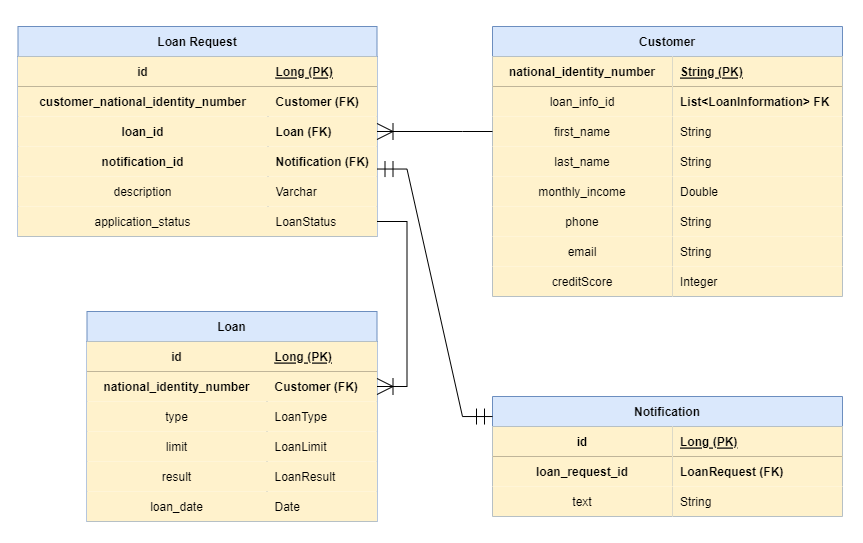
The draw.io diagram doc/loan-application-erd.png in gulbalasalamov/bank-loan-application, before a commit. Source tidied: cells renumbered, new cells last; positions are measured from the earlier drawing's top-left corner, leaving out a move shared by most shapes.
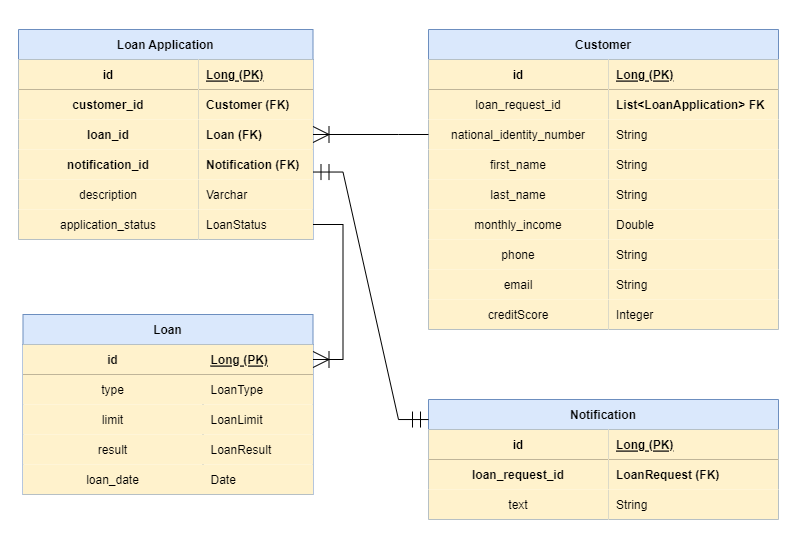
The same diagram one commit later.

What changed in the source:
```diff
@@ -3,7 +3,7 @@
     <mxCell id="0" />
     <mxCell id="1" parent="0" />
     <mxCell id="2" value="Loan" style="shape=table;startSize=30;rowLines=0;fontStyle=1;align=center;fillColor=#dae8fc;strokeColor=#6c8ebf;" parent="1" vertex="1">
-      <mxGeometry x="68.5" y="285" width="290" height="210" as="geometry" />
+      <mxGeometry x="68.5" y="285" width="290" height="180" as="geometry" />
     </mxCell>
     <mxCell id="3" style="shape=tableRow;horizontal=0;startSize=0;swimlaneHead=0;swimlaneBody=0;fillColor=none;points=[[0,0.5],[1,0.5]];portConstraint=eastwest;top=0;left=0;right=0;bottom=1;" parent="2" vertex="1">
       <mxGeometry y="30" width="290" height="30" as="geometry" />
@@ -14,17 +14,8 @@
     <mxCell id="5" value="Long (PK)" style="shape=partialRectangle;fillColor=#fff2cc;top=0;left=0;bottom=0;right=0;align=left;spacingLeft=6;fontStyle=5;overflow=hidden;strokeColor=#d6b656;" parent="3" vertex="1">
       <mxGeometry x="180" width="110" height="30" as="geometry" />
     </mxCell>
-    <mxCell id="6" style="shape=tableRow;horizontal=0;startSize=0;swimlaneHead=0;swimlaneBody=0;fillColor=none;points=[[0,0.5],[1,0.5]];portConstraint=eastwest;top=0;left=0;right=0;bottom=0;" parent="2" vertex="1">
-      <mxGeometry y="60" width="290" height="30" as="geometry" />
-    </mxCell>
-    <mxCell id="7" value="national_identity_number" style="shape=partialRectangle;fillColor=#fff2cc;top=0;left=0;bottom=0;right=0;overflow=hidden;strokeColor=#d6b656;fontStyle=1;" parent="6" vertex="1">
-      <mxGeometry width="180" height="30" as="geometry" />
-    </mxCell>
-    <mxCell id="8" value="Customer (FK)" style="shape=partialRectangle;fillColor=#fff2cc;top=0;left=0;bottom=0;right=0;align=left;spacingLeft=6;overflow=hidden;strokeColor=#d6b656;fontStyle=1;" parent="6" vertex="1">
-      <mxGeometry x="180" width="110" height="30" as="geometry" />
-    </mxCell>
     <mxCell id="9" style="shape=tableRow;horizontal=0;startSize=0;swimlaneHead=0;swimlaneBody=0;fillColor=none;top=0;left=0;right=0;bottom=0;" parent="2" vertex="1">
-      <mxGeometry y="90" width="290" height="30" as="geometry" />
+      <mxGeometry y="60" width="290" height="30" as="geometry" />
     </mxCell>
     <mxCell id="10" value="type" style="shape=partialRectangle;fillColor=#fff2cc;top=0;left=0;bottom=0;right=0;overflow=hidden;strokeColor=#d6b656;fontStyle=0;" parent="9" vertex="1">
       <mxGeometry width="180" height="30" as="geometry" />
@@ -33,7 +24,7 @@
       <mxGeometry x="180" width="110" height="30" as="geometry" />
     </mxCell>
     <mxCell id="12" style="shape=tableRow;horizontal=0;startSize=0;swimlaneHead=0;swimlaneBody=0;fillColor=none;top=0;left=0;right=0;bottom=0;" parent="2" vertex="1">
-      <mxGeometry y="120" width="290" height="30" as="geometry" />
+      <mxGeometry y="90" width="290" height="30" as="geometry" />
     </mxCell>
     <mxCell id="13" value="limit" style="shape=partialRectangle;fillColor=#fff2cc;top=0;left=0;bottom=0;right=0;overflow=hidden;strokeColor=#d6b656;fontStyle=0;" parent="12" vertex="1">
       <mxGeometry width="180" height="30" as="geometry" />
@@ -42,7 +33,7 @@
       <mxGeometry x="180" width="110" height="30" as="geometry" />
     </mxCell>
     <mxCell id="15" style="shape=tableRow;horizontal=0;startSize=0;swimlaneHead=0;swimlaneBody=0;fillColor=none;top=0;left=0;right=0;bottom=0;" parent="2" vertex="1">
-      <mxGeometry y="150" width="290" height="30" as="geometry" />
+      <mxGeometry y="120" width="290" height="30" as="geometry" />
     </mxCell>
     <mxCell id="16" value="result" style="shape=partialRectangle;fillColor=#fff2cc;top=0;left=0;bottom=0;right=0;overflow=hidden;strokeColor=#d6b656;" parent="15" vertex="1">
       <mxGeometry width="180" height="30" as="geometry" />
@@ -51,7 +42,7 @@
       <mxGeometry x="180" width="110" height="30" as="geometry" />
     </mxCell>
     <mxCell id="18" style="shape=tableRow;horizontal=0;startSize=0;swimlaneHead=0;swimlaneBody=0;fillColor=none;top=0;left=0;right=0;bottom=0;" parent="2" vertex="1">
-      <mxGeometry y="180" width="290" height="30" as="geometry" />
+      <mxGeometry y="150" width="290" height="30" as="geometry" />
     </mxCell>
     <mxCell id="19" value="loan_date" style="shape=partialRectangle;fillColor=#fff2cc;top=0;left=0;bottom=0;right=0;overflow=hidden;strokeColor=#d6b656;fontStyle=0;" parent="18" vertex="1">
       <mxGeometry width="180" height="30" as="geometry" />
@@ -65,95 +56,104 @@
         <mxPoint x="1204" y="620" as="targetPoint" />
       </mxGeometry>
     </mxCell>
-    <mxCell id="22" value="Loan Request" style="shape=table;startSize=30;rowLines=0;fontStyle=1;align=center;fillColor=#dae8fc;strokeColor=#6c8ebf;" parent="1" vertex="1">
-      <mxGeometry x="-0.5" width="359" height="210" as="geometry" />
+    <mxCell id="22" value="Loan Application" style="shape=table;startSize=30;rowLines=0;fontStyle=1;align=center;fillColor=#dae8fc;strokeColor=#6c8ebf;" parent="1" vertex="1">
+      <mxGeometry x="64" width="294.5" height="210" as="geometry" />
     </mxCell>
     <mxCell id="23" style="shape=tableRow;horizontal=0;startSize=0;swimlaneHead=0;swimlaneBody=0;fillColor=none;top=0;left=0;right=0;bottom=1;" parent="22" vertex="1">
-      <mxGeometry y="30" width="359" height="30" as="geometry" />
+      <mxGeometry y="30" width="294.5" height="30" as="geometry" />
     </mxCell>
     <mxCell id="24" value="id" style="shape=partialRectangle;fillColor=#fff2cc;top=0;left=0;bottom=0;right=0;fontStyle=1;overflow=hidden;strokeColor=#d6b656;" parent="23" vertex="1">
-      <mxGeometry width="250" height="30" as="geometry" />
+      <mxGeometry width="180" height="30" as="geometry" />
     </mxCell>
     <mxCell id="25" value="Long (PK)" style="shape=partialRectangle;fillColor=#fff2cc;top=0;left=0;bottom=0;right=0;align=left;spacingLeft=6;fontStyle=5;overflow=hidden;strokeColor=#d6b656;" parent="23" vertex="1">
-      <mxGeometry x="250" width="109" height="30" as="geometry" />
+      <mxGeometry x="180" width="114.5" height="30" as="geometry" />
     </mxCell>
     <mxCell id="26" style="shape=tableRow;horizontal=0;startSize=0;swimlaneHead=0;swimlaneBody=0;fillColor=none;top=0;left=0;right=0;bottom=0;" parent="22" vertex="1">
-      <mxGeometry y="60" width="359" height="30" as="geometry" />
+      <mxGeometry y="60" width="294.5" height="30" as="geometry" />
     </mxCell>
-    <mxCell id="27" value="customer_national_identity_number" style="shape=partialRectangle;fillColor=#fff2cc;top=0;left=0;bottom=0;right=0;overflow=hidden;strokeColor=#d6b656;fontStyle=1;" parent="26" vertex="1">
-      <mxGeometry width="250" height="30" as="geometry" />
+    <mxCell id="27" value="customer_id" style="shape=partialRectangle;fillColor=#fff2cc;top=0;left=0;bottom=0;right=0;overflow=hidden;strokeColor=#d6b656;fontStyle=1;" parent="26" vertex="1">
+      <mxGeometry width="180" height="30" as="geometry" />
     </mxCell>
     <mxCell id="28" value="Customer (FK)" style="shape=partialRectangle;fillColor=#fff2cc;top=0;left=0;bottom=0;right=0;align=left;spacingLeft=6;overflow=hidden;strokeColor=#d6b656;fontStyle=1;" parent="26" vertex="1">
-      <mxGeometry x="250" width="109" height="30" as="geometry" />
+      <mxGeometry x="180" width="114.5" height="30" as="geometry" />
     </mxCell>
     <mxCell id="29" style="shape=tableRow;horizontal=0;startSize=0;swimlaneHead=0;swimlaneBody=0;fillColor=none;top=0;left=0;right=0;bottom=0;" parent="22" vertex="1">
-      <mxGeometry y="90" width="359" height="30" as="geometry" />
+      <mxGeometry y="90" width="294.5" height="30" as="geometry" />
     </mxCell>
     <mxCell id="30" value="loan_id" style="shape=partialRectangle;fillColor=#fff2cc;top=0;left=0;bottom=0;right=0;overflow=hidden;strokeColor=#d6b656;fontStyle=1;" parent="29" vertex="1">
-      <mxGeometry width="250" height="30" as="geometry" />
+      <mxGeometry width="180" height="30" as="geometry" />
     </mxCell>
     <mxCell id="31" value="Loan (FK)" style="shape=partialRectangle;fillColor=#fff2cc;top=0;left=0;bottom=0;right=0;align=left;spacingLeft=6;overflow=hidden;strokeColor=#d6b656;fontStyle=1;" parent="29" vertex="1">
-      <mxGeometry x="250" width="109" height="30" as="geometry" />
+      <mxGeometry x="180" width="114.5" height="30" as="geometry" />
     </mxCell>
     <mxCell id="32" style="shape=tableRow;horizontal=0;startSize=0;swimlaneHead=0;swimlaneBody=0;fillColor=none;points=[[0,0.5],[1,0.5]];portConstraint=eastwest;top=0;left=0;right=0;bottom=0;" parent="22" vertex="1">
-      <mxGeometry y="120" width="359" height="30" as="geometry" />
+      <mxGeometry y="120" width="294.5" height="30" as="geometry" />
     </mxCell>
     <mxCell id="33" value="notification_id" style="shape=partialRectangle;fillColor=#fff2cc;top=0;left=0;bottom=0;right=0;overflow=hidden;strokeColor=#d6b656;fontStyle=1;" parent="32" vertex="1">
-      <mxGeometry width="250" height="30" as="geometry" />
+      <mxGeometry width="180" height="30" as="geometry" />
     </mxCell>
     <mxCell id="34" value="Notification (FK)" style="shape=partialRectangle;fillColor=#fff2cc;top=0;left=0;bottom=0;right=0;align=left;spacingLeft=6;overflow=hidden;strokeColor=#d6b656;fontStyle=1;" parent="32" vertex="1">
-      <mxGeometry x="250" width="109" height="30" as="geometry" />
+      <mxGeometry x="180" width="114.5" height="30" as="geometry" />
     </mxCell>
     <mxCell id="35" style="shape=tableRow;horizontal=0;startSize=0;swimlaneHead=0;swimlaneBody=0;fillColor=none;top=0;left=0;right=0;bottom=0;" parent="22" vertex="1">
-      <mxGeometry y="150" width="359" height="30" as="geometry" />
+      <mxGeometry y="150" width="294.5" height="30" as="geometry" />
     </mxCell>
     <mxCell id="36" value="description" style="shape=partialRectangle;fillColor=#fff2cc;top=0;left=0;bottom=0;right=0;overflow=hidden;strokeColor=#d6b656;" parent="35" vertex="1">
-      <mxGeometry width="250" height="30" as="geometry" />
+      <mxGeometry width="180" height="30" as="geometry" />
     </mxCell>
     <mxCell id="37" value="Varchar" style="shape=partialRectangle;fillColor=#fff2cc;top=0;left=0;bottom=0;right=0;align=left;spacingLeft=6;overflow=hidden;strokeColor=#d6b656;" parent="35" vertex="1">
-      <mxGeometry x="250" width="109" height="30" as="geometry" />
+      <mxGeometry x="180" width="114.5" height="30" as="geometry" />
     </mxCell>
     <mxCell id="38" style="shape=tableRow;horizontal=0;startSize=0;swimlaneHead=0;swimlaneBody=0;fillColor=none;points=[[0,0.5],[1,0.5]];portConstraint=eastwest;top=0;left=0;right=0;bottom=0;" parent="22" vertex="1">
-      <mxGeometry y="180" width="359" height="30" as="geometry" />
+      <mxGeometry y="180" width="294.5" height="30" as="geometry" />
     </mxCell>
     <mxCell id="39" value="application_status" style="shape=partialRectangle;fillColor=#fff2cc;top=0;left=0;bottom=0;right=0;overflow=hidden;strokeColor=#d6b656;" parent="38" vertex="1">
-      <mxGeometry width="250" height="30" as="geometry" />
+      <mxGeometry width="180" height="30" as="geometry" />
     </mxCell>
     <mxCell id="40" value="LoanStatus" style="shape=partialRectangle;fillColor=#fff2cc;top=0;left=0;bottom=0;right=0;align=left;spacingLeft=6;overflow=hidden;strokeColor=#d6b656;" parent="38" vertex="1">
-      <mxGeometry x="250" width="109" height="30" as="geometry" />
+      <mxGeometry x="180" width="114.5" height="30" as="geometry" />
     </mxCell>
     <mxCell id="41" value="Customer" style="shape=table;startSize=30;rowLines=0;fontStyle=1;align=center;fillColor=#dae8fc;strokeColor=#6c8ebf;" parent="1" vertex="1">
-      <mxGeometry x="474" width="350" height="270" as="geometry" />
+      <mxGeometry x="474" width="350" height="300" as="geometry" />
     </mxCell>
     <mxCell id="42" style="shape=tableRow;horizontal=0;startSize=0;swimlaneHead=0;swimlaneBody=0;fillColor=none;top=0;left=0;right=0;bottom=1;" parent="41" vertex="1">
       <mxGeometry y="30" width="350" height="30" as="geometry" />
     </mxCell>
-    <mxCell id="43" value="national_identity_number" style="shape=partialRectangle;fillColor=#fff2cc;top=0;left=0;bottom=0;right=0;fontStyle=1;overflow=hidden;strokeColor=#d6b656;" parent="42" vertex="1">
+    <mxCell id="43" value="id" style="shape=partialRectangle;fillColor=#fff2cc;top=0;left=0;bottom=0;right=0;fontStyle=1;overflow=hidden;strokeColor=#d6b656;" parent="42" vertex="1">
       <mxGeometry width="180" height="30" as="geometry" />
     </mxCell>
-    <mxCell id="44" value="String (PK)" style="shape=partialRectangle;fillColor=#fff2cc;top=0;left=0;bottom=0;right=0;align=left;spacingLeft=6;fontStyle=5;overflow=hidden;strokeColor=#d6b656;" parent="42" vertex="1">
+    <mxCell id="44" value="Long (PK)" style="shape=partialRectangle;fillColor=#fff2cc;top=0;left=0;bottom=0;right=0;align=left;spacingLeft=6;fontStyle=5;overflow=hidden;strokeColor=#d6b656;" parent="42" vertex="1">
       <mxGeometry x="180" width="170" height="30" as="geometry" />
     </mxCell>
     <mxCell id="45" style="shape=tableRow;horizontal=0;startSize=0;swimlaneHead=0;swimlaneBody=0;fillColor=none;top=0;left=0;right=0;bottom=0;" parent="41" vertex="1">
       <mxGeometry y="60" width="350" height="30" as="geometry" />
     </mxCell>
-    <mxCell id="46" value="loan_info_id" style="shape=partialRectangle;fillColor=#fff2cc;top=0;left=0;bottom=0;right=0;overflow=hidden;strokeColor=#d6b656;fontStyle=0;" parent="45" vertex="1">
+    <mxCell id="46" value="loan_request_id" style="shape=partialRectangle;fillColor=#fff2cc;top=0;left=0;bottom=0;right=0;overflow=hidden;strokeColor=#d6b656;fontStyle=0;" parent="45" vertex="1">
       <mxGeometry width="180" height="30" as="geometry" />
     </mxCell>
-    <mxCell id="47" value="List&lt;LoanInformation&gt; FK" style="shape=partialRectangle;fillColor=#fff2cc;top=0;left=0;bottom=0;right=0;align=left;spacingLeft=6;overflow=hidden;strokeColor=#d6b656;fontStyle=1;" parent="45" vertex="1">
+    <mxCell id="47" value="List&lt;LoanApplication&gt; FK" style="shape=partialRectangle;fillColor=#fff2cc;top=0;left=0;bottom=0;right=0;align=left;spacingLeft=6;overflow=hidden;strokeColor=#d6b656;fontStyle=1;" parent="45" vertex="1">
       <mxGeometry x="180" width="170" height="30" as="geometry" />
     </mxCell>
     <mxCell id="48" style="shape=tableRow;horizontal=0;startSize=0;swimlaneHead=0;swimlaneBody=0;fillColor=none;points=[[0,0.5],[1,0.5]];portConstraint=eastwest;top=0;left=0;right=0;bottom=0;" parent="41" vertex="1">
       <mxGeometry y="90" width="350" height="30" as="geometry" />
     </mxCell>
-    <mxCell id="49" value="first_name" style="shape=partialRectangle;fillColor=#fff2cc;top=0;left=0;bottom=0;right=0;overflow=hidden;strokeColor=#d6b656;fontStyle=0;" parent="48" vertex="1">
+    <mxCell id="49" value="national_identity_number" style="shape=partialRectangle;fillColor=#fff2cc;top=0;left=0;bottom=0;right=0;overflow=hidden;strokeColor=#d6b656;fontStyle=0;" parent="48" vertex="1">
       <mxGeometry width="180" height="30" as="geometry" />
     </mxCell>
     <mxCell id="50" value="String" style="shape=partialRectangle;fillColor=#fff2cc;top=0;left=0;bottom=0;right=0;align=left;spacingLeft=6;overflow=hidden;strokeColor=#d6b656;fontStyle=0;" parent="48" vertex="1">
       <mxGeometry x="180" width="170" height="30" as="geometry" />
     </mxCell>
+    <mxCell id="79" style="shape=tableRow;horizontal=0;startSize=0;swimlaneHead=0;swimlaneBody=0;fillColor=none;top=0;left=0;right=0;bottom=0;" parent="41" vertex="1">
+      <mxGeometry y="120" width="350" height="30" as="geometry" />
+    </mxCell>
+    <mxCell id="80" value="first_name" style="shape=partialRectangle;fillColor=#fff2cc;top=0;left=0;bottom=0;right=0;overflow=hidden;strokeColor=#d6b656;fontStyle=0;" parent="79" vertex="1">
+      <mxGeometry width="180" height="30" as="geometry" />
+    </mxCell>
+    <mxCell id="81" value="String" style="shape=partialRectangle;fillColor=#fff2cc;top=0;left=0;bottom=0;right=0;align=left;spacingLeft=6;overflow=hidden;strokeColor=#d6b656;fontStyle=0;" parent="79" vertex="1">
+      <mxGeometry x="180" width="170" height="30" as="geometry" />
+    </mxCell>
     <mxCell id="51" style="shape=tableRow;horizontal=0;startSize=0;swimlaneHead=0;swimlaneBody=0;fillColor=none;top=0;left=0;right=0;bottom=0;" parent="41" vertex="1">
-      <mxGeometry y="120" width="350" height="30" as="geometry" />
+      <mxGeometry y="150" width="350" height="30" as="geometry" />
     </mxCell>
     <mxCell id="52" value="last_name" style="shape=partialRectangle;fillColor=#fff2cc;top=0;left=0;bottom=0;right=0;overflow=hidden;strokeColor=#d6b656;" parent="51" vertex="1">
       <mxGeometry width="180" height="30" as="geometry" />
@@ -162,7 +162,7 @@
       <mxGeometry x="180" width="170" height="30" as="geometry" />
     </mxCell>
     <mxCell id="54" style="shape=tableRow;horizontal=0;startSize=0;swimlaneHead=0;swimlaneBody=0;fillColor=none;top=0;left=0;right=0;bottom=0;" parent="41" vertex="1">
-      <mxGeometry y="150" width="350" height="30" as="geometry" />
+      <mxGeometry y="180" width="350" height="30" as="geometry" />
     </mxCell>
     <mxCell id="55" value="monthly_income" style="shape=partialRectangle;fillColor=#fff2cc;top=0;left=0;bottom=0;right=0;overflow=hidden;strokeColor=#d6b656;" parent="54" vertex="1">
       <mxGeometry width="180" height="30" as="geometry" />
@@ -171,7 +171,7 @@
       <mxGeometry x="180" width="170" height="30" as="geometry" />
     </mxCell>
     <mxCell id="57" style="shape=tableRow;horizontal=0;startSize=0;swimlaneHead=0;swimlaneBody=0;fillColor=none;top=0;left=0;right=0;bottom=0;" parent="41" vertex="1">
-      <mxGeometry y="180" width="350" height="30" as="geometry" />
+      <mxGeometry y="210" width="350" height="30" as="geometry" />
     </mxCell>
     <mxCell id="58" value="phone" style="shape=partialRectangle;fillColor=#fff2cc;top=0;left=0;bottom=0;right=0;overflow=hidden;strokeColor=#d6b656;" parent="57" vertex="1">
       <mxGeometry width="180" height="30" as="geometry" />
@@ -180,7 +180,7 @@
       <mxGeometry x="180" width="170" height="30" as="geometry" />
     </mxCell>
     <mxCell id="60" style="shape=tableRow;horizontal=0;startSize=0;swimlaneHead=0;swimlaneBody=0;fillColor=none;top=0;left=0;right=0;bottom=0;" parent="41" vertex="1">
-      <mxGeometry y="210" width="350" height="30" as="geometry" />
+      <mxGeometry y="240" width="350" height="30" as="geometry" />
     </mxCell>
     <mxCell id="61" value="email" style="shape=partialRectangle;fillColor=#fff2cc;top=0;left=0;bottom=0;right=0;overflow=hidden;strokeColor=#d6b656;" parent="60" vertex="1">
       <mxGeometry width="180" height="30" as="geometry" />
@@ -189,7 +189,7 @@
       <mxGeometry x="180" width="170" height="30" as="geometry" />
     </mxCell>
     <mxCell id="63" style="shape=tableRow;horizontal=0;startSize=0;swimlaneHead=0;swimlaneBody=0;fillColor=none;top=0;left=0;right=0;bottom=0;" parent="41" vertex="1">
-      <mxGeometry y="240" width="350" height="30" as="geometry" />
+      <mxGeometry y="270" width="350" height="30" as="geometry" />
     </mxCell>
     <mxCell id="64" value="creditScore" style="shape=partialRectangle;fillColor=#fff2cc;top=0;left=0;bottom=0;right=0;overflow=hidden;strokeColor=#d6b656;" parent="63" vertex="1">
       <mxGeometry width="180" height="30" as="geometry" />
@@ -230,7 +230,7 @@
     <mxCell id="76" style="edgeStyle=entityRelationEdgeStyle;fontSize=12;html=1;endArrow=ERoneToMany;rounded=0;startSize=14;endSize=14;exitX=0;exitY=0.5;exitDx=0;exitDy=0;jumpSize=13;" parent="1" edge="1" source="48" target="22">
       <mxGeometry relative="1" as="geometry" />
     </mxCell>
-    <mxCell id="77" style="edgeStyle=entityRelationEdgeStyle;fontSize=12;html=1;endArrow=ERoneToMany;rounded=0;startSize=14;endSize=14;jumpSize=13;entryX=1;entryY=0.5;entryDx=0;entryDy=0;" parent="1" edge="1" source="38" target="6">
+    <mxCell id="77" style="edgeStyle=entityRelationEdgeStyle;fontSize=12;html=1;endArrow=ERoneToMany;rounded=0;startSize=14;endSize=14;jumpSize=13;" parent="1" edge="1" source="38" target="3">
       <mxGeometry relative="1" as="geometry" />
     </mxCell>
     <mxCell id="78" style="edgeStyle=entityRelationEdgeStyle;fontSize=12;html=1;endArrow=ERmandOne;startArrow=ERmandOne;rounded=0;startSize=14;endSize=14;jumpSize=13;entryX=0;entryY=0.167;entryDx=0;entryDy=0;entryPerimeter=0;exitX=1;exitY=0.751;exitDx=0;exitDy=0;exitPerimeter=0;" parent="1" edge="1" source="32" target="66">
```
